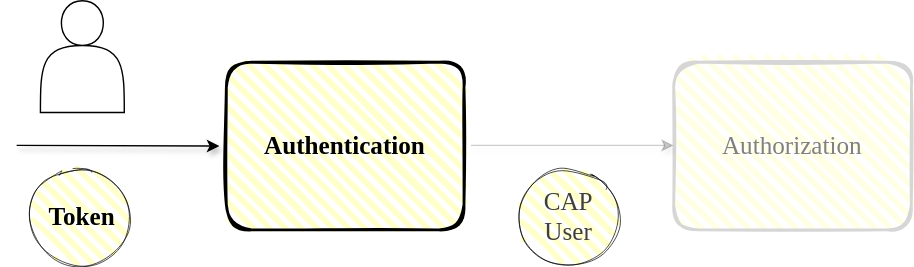
Above: guides/security/assets/authentication.drawio.svg in capire/docs (draw.io), before the change. Source tidied: cells renumbered, new cells last; positions are measured from the earlier drawing's top-left corner, leaving out a move shared by most shapes. Its diagram source:
```xml
<mxGraphModel>
  <root>
    <mxCell id="0" />
    <mxCell id="1" parent="0" />
    <mxCell id="2" style="ellipse;whiteSpace=wrap;html=1;rounded=1;whiteSpace=wrap;html=1;strokeWidth=0.5;fillWeight=4;hachureGap=8;hachureAngle=45;fillColor=#FFFFCC;sketch=1;" parent="1" vertex="1">
      <mxGeometry x="10" y="120" width="70" height="70" as="geometry" />
    </mxCell>
    <mxCell id="3" value="&lt;font style=&quot;font-size: 18px;&quot; face=&quot;Comic Sans MS&quot;&gt;&lt;b&gt;Authentication&lt;/b&gt;&lt;/font&gt;" style="rounded=1;whiteSpace=wrap;html=1;strokeWidth=2;fillWeight=4;hachureGap=8;hachureAngle=45;fillColor=#FFFFCC;sketch=1;" parent="1" vertex="1">
      <mxGeometry x="150" y="44" width="170" height="120" as="geometry" />
    </mxCell>
    <mxCell id="4" value="&lt;font style=&quot;font-size: 18px;&quot; face=&quot;Comic Sans MS&quot;&gt;&lt;b&gt;Token&lt;/b&gt;&lt;/font&gt;" style="text;html=1;align=center;verticalAlign=middle;whiteSpace=wrap;rounded=0;" parent="1" vertex="1">
      <mxGeometry x="17" y="140" width="60" height="30" as="geometry" />
    </mxCell>
    <mxCell id="5" value="&lt;font style=&quot;font-size: 18px;&quot; face=&quot;Comic Sans MS&quot;&gt;Authorization&lt;/font&gt;" style="rounded=1;whiteSpace=wrap;html=1;strokeWidth=2;fillWeight=4;hachureGap=8;hachureAngle=45;fillColor=rgba(255,255,204,0.5);sketch=1;strokeColor=#D6D6D6;fontColor=#808080;" parent="1" vertex="1">
      <mxGeometry x="470" y="44" width="170" height="120" as="geometry" />
    </mxCell>
    <mxCell id="6" style="edgeStyle=none;orthogonalLoop=1;jettySize=auto;html=1;shadow=1;entryX=0;entryY=0.5;entryDx=0;entryDy=0;" parent="1" edge="1">
      <mxGeometry relative="1" as="geometry">
        <mxPoint y="103.5" as="sourcePoint" />
        <mxPoint x="145" y="104" as="targetPoint" />
      </mxGeometry>
    </mxCell>
    <mxCell id="7" value="&lt;span style=&quot;color: rgb(63, 63, 63); scrollbar-color: rgb(226, 226, 226) rgb(251, 251, 251); font-family: &amp;quot;Comic Sans MS&amp;quot;; font-size: 18px;&quot;&gt;CAP User&lt;/span&gt;" style="ellipse;whiteSpace=wrap;html=1;rounded=1;whiteSpace=wrap;html=1;strokeWidth=0.5;fillWeight=4;hachureGap=8;hachureAngle=45;fillColor=#FFFFCC;sketch=1;fontColor=#808080;" parent="1" vertex="1">
      <mxGeometry x="360" y="120" width="70" height="70" as="geometry" />
    </mxCell>
    <mxCell id="8" style="edgeStyle=none;orthogonalLoop=1;jettySize=auto;html=1;shadow=1;exitX=1;exitY=0.5;exitDx=0;exitDy=0;strokeColor=rgba(0,0,0,0.2);" parent="1" edge="1">
      <mxGeometry relative="1" as="geometry">
        <mxPoint x="325" y="103.5" as="sourcePoint" />
        <mxPoint x="470" y="103.5" as="targetPoint" />
      </mxGeometry>
    </mxCell>
    <mxCell id="9" style="shape=actor;whiteSpace=wrap;html=1;" parent="1" vertex="1">
      <mxGeometry x="17" width="60" height="80" as="geometry" />
    </mxCell>
  </root>
</mxGraphModel>
```
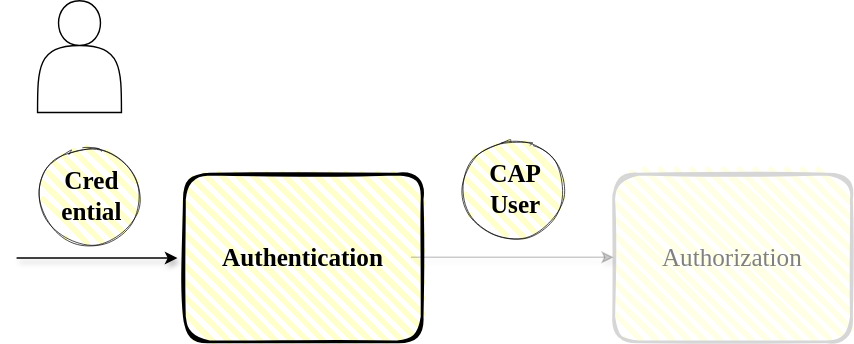
Above is the later version.

The edit, as a diff of the source:
```diff
@@ -3,26 +3,23 @@
     <mxCell id="0" />
     <mxCell id="1" parent="0" />
     <mxCell id="2" style="ellipse;whiteSpace=wrap;html=1;rounded=1;whiteSpace=wrap;html=1;strokeWidth=0.5;fillWeight=4;hachureGap=8;hachureAngle=45;fillColor=#FFFFCC;sketch=1;" parent="1" vertex="1">
-      <mxGeometry x="10" y="120" width="70" height="70" as="geometry" />
+      <mxGeometry x="60" y="25" width="70" height="70" as="geometry" />
     </mxCell>
     <mxCell id="3" value="&lt;font style=&quot;font-size: 18px;&quot; face=&quot;Comic Sans MS&quot;&gt;&lt;b&gt;Authentication&lt;/b&gt;&lt;/font&gt;" style="rounded=1;whiteSpace=wrap;html=1;strokeWidth=2;fillWeight=4;hachureGap=8;hachureAngle=45;fillColor=#FFFFCC;sketch=1;" parent="1" vertex="1">
-      <mxGeometry x="150" y="44" width="170" height="120" as="geometry" />
+      <mxGeometry x="163" y="44" width="170" height="120" as="geometry" />
     </mxCell>
-    <mxCell id="4" value="&lt;font style=&quot;font-size: 18px;&quot; face=&quot;Comic Sans MS&quot;&gt;&lt;b&gt;Token&lt;/b&gt;&lt;/font&gt;" style="text;html=1;align=center;verticalAlign=middle;whiteSpace=wrap;rounded=0;" parent="1" vertex="1">
-      <mxGeometry x="17" y="140" width="60" height="30" as="geometry" />
+    <mxCell id="4" value="&lt;font style=&quot;font-size: 18px;&quot; face=&quot;Comic Sans MS&quot;&gt;&lt;b&gt;Cred&lt;br&gt;ential&lt;/b&gt;&lt;/font&gt;" style="text;html=1;align=center;verticalAlign=middle;whiteSpace=wrap;rounded=0;" parent="1" vertex="1">
+      <mxGeometry x="67" y="45" width="60" height="30" as="geometry" />
     </mxCell>
     <mxCell id="5" value="&lt;font style=&quot;font-size: 18px;&quot; face=&quot;Comic Sans MS&quot;&gt;Authorization&lt;/font&gt;" style="rounded=1;whiteSpace=wrap;html=1;strokeWidth=2;fillWeight=4;hachureGap=8;hachureAngle=45;fillColor=rgba(255,255,204,0.5);sketch=1;strokeColor=#D6D6D6;fontColor=#808080;" parent="1" vertex="1">
       <mxGeometry x="470" y="44" width="170" height="120" as="geometry" />
     </mxCell>
     <mxCell id="6" style="edgeStyle=none;orthogonalLoop=1;jettySize=auto;html=1;shadow=1;entryX=0;entryY=0.5;entryDx=0;entryDy=0;" parent="1" edge="1">
       <mxGeometry relative="1" as="geometry">
-        <mxPoint y="103.5" as="sourcePoint" />
-        <mxPoint x="145" y="104" as="targetPoint" />
+        <mxPoint x="43" y="104" as="sourcePoint" />
+        <mxPoint x="158" y="104" as="targetPoint" />
       </mxGeometry>
     </mxCell>
-    <mxCell id="7" value="&lt;span style=&quot;color: rgb(63, 63, 63); scrollbar-color: rgb(226, 226, 226) rgb(251, 251, 251); font-family: &amp;quot;Comic Sans MS&amp;quot;; font-size: 18px;&quot;&gt;CAP User&lt;/span&gt;" style="ellipse;whiteSpace=wrap;html=1;rounded=1;whiteSpace=wrap;html=1;strokeWidth=0.5;fillWeight=4;hachureGap=8;hachureAngle=45;fillColor=#FFFFCC;sketch=1;fontColor=#808080;" parent="1" vertex="1">
-      <mxGeometry x="360" y="120" width="70" height="70" as="geometry" />
-    </mxCell>
     <mxCell id="8" style="edgeStyle=none;orthogonalLoop=1;jettySize=auto;html=1;shadow=1;exitX=1;exitY=0.5;exitDx=0;exitDy=0;strokeColor=rgba(0,0,0,0.2);" parent="1" edge="1">
       <mxGeometry relative="1" as="geometry">
         <mxPoint x="325" y="103.5" as="sourcePoint" />
@@ -30,7 +27,13 @@
       </mxGeometry>
     </mxCell>
     <mxCell id="9" style="shape=actor;whiteSpace=wrap;html=1;" parent="1" vertex="1">
-      <mxGeometry x="17" width="60" height="80" as="geometry" />
+      <mxGeometry x="58" y="-80" width="60" height="80" as="geometry" />
     </mxCell>
+    <mxCell id="10" style="ellipse;whiteSpace=wrap;html=1;rounded=1;whiteSpace=wrap;html=1;strokeWidth=0.5;fillWeight=4;hachureGap=8;hachureAngle=45;fillColor=#FFFFCC;sketch=1;" parent="1" vertex="1">
+      <mxGeometry x="363" y="20" width="70" height="70" as="geometry" />
+    </mxCell>
+    <mxCell id="7" value="&lt;font style=&quot;font-size: 18px;&quot; face=&quot;Comic Sans MS&quot;&gt;&lt;b&gt;CAP User&lt;/b&gt;&lt;/font&gt;" style="text;html=1;align=center;verticalAlign=middle;whiteSpace=wrap;rounded=0;" parent="1" vertex="1">
+      <mxGeometry x="370" y="40" width="60" height="30" as="geometry" />
+    </mxCell>
   </root>
 </mxGraphModel>
```
